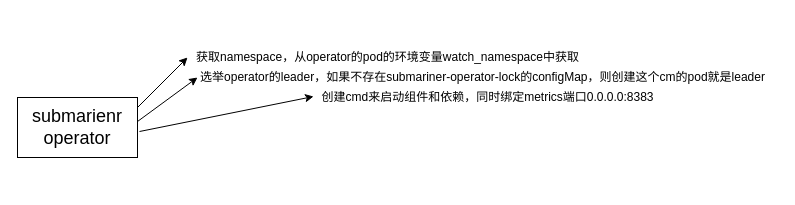
ssider/draw keeps this draw.io diagram as page "Page-1" (1 of 2) of submariner-operator.drawio. Above is the earlier version. Source tidied: cells renumbered, new cells numbered last; positions are measured from the earlier drawing's top-left corner, leaving out a move shared by most shapes. Both pictures are drawn from the tidied source at 100%, with x=0, y=0 at pixel (17, 47).
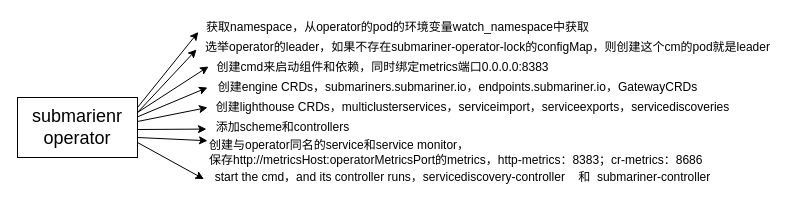
After the change.

The change refers to these unchanged cells:
```xml
<mxCell id="2" value="&lt;font style=&quot;font-size: 18px&quot;&gt;submarienr&lt;br&gt;operator&lt;/font&gt;" style="rounded=0;whiteSpace=wrap;html=1;" parent="1" vertex="1">
  <mxGeometry y="50" width="120" height="60" as="geometry" />
</mxCell>
```

Diff of the diagram source:
```diff
@@
-    <mxCell id="3" style="endArrow=classic;html=1;" parent="1" edge="1">
+    <mxCell id="3" style="endArrow=classic;html=1;entryX=0.002;entryY=0.725;entryDx=0;entryDy=0;entryPerimeter=0;" parent="1" edge="1" target="4">
       <mxGeometry relative="1" as="geometry">
         <mxPoint x="120" y="60" as="sourcePoint" />
-        <mxPoint x="170" y="10" as="targetPoint" />
       </mxGeometry>
     </mxCell>
     <mxCell id="4" value="获取namespace，从operator的pod的环境变量watch_namespace中获取" style="text;html=1;align=center;verticalAlign=middle;points=[];" parent="1" vertex="1">
-      <mxGeometry x="170" width="400" height="20" as="geometry" />
+      <mxGeometry x="180" y="-30" width="400" height="20" as="geometry" />
     </mxCell>
-    <mxCell id="5" style="endArrow=classic;html=1;" parent="1" edge="1">
-      <mxGeometry relative="1" as="geometry">
-        <mxPoint x="120" y="74" as="sourcePoint" />
-        <mxPoint x="180" y="30" as="targetPoint" />
-      </mxGeometry>
-    </mxCell>
     <mxCell id="6" value="选举operator的leader，如果不存在submariner-operator-lock的configMap，则创建这个cm的pod就是leader" style="text;html=1;align=center;verticalAlign=middle;" parent="1" vertex="1">
-      <mxGeometry x="175" y="20" width="580" height="20" as="geometry" />
+      <mxGeometry x="180" y="-10" width="580" height="20" as="geometry" />
     </mxCell>
-    <mxCell id="7" style="endArrow=classic;html=1;entryX=0.003;entryY=0.45;entryDx=0;entryDy=0;entryPerimeter=0;" parent="1" edge="1" target="8">
-      <mxGeometry relative="1" as="geometry">
-        <mxPoint x="122" y="84" as="sourcePoint" />
-      </mxGeometry>
+    <mxCell id="7" style="endArrow=classic;html=1;entryX=0.003;entryY=0.45;entryDx=0;entryDy=0;entryPerimeter=0;exitX=1;exitY=0.25;exitDx=0;exitDy=0;" parent="1" edge="1" source="2" target="8">
+      <mxGeometry relative="1" as="geometry" />
     </mxCell>
     <mxCell id="8" value="创建cmd来启动组件和依赖，同时绑定metrics端口0.0.0.0:8383" style="text;html=1;align=center;verticalAlign=middle;points=[];" parent="1" vertex="1">
-      <mxGeometry x="295" y="40" width="350" height="20" as="geometry" />
+      <mxGeometry x="190" y="10" width="350" height="20" as="geometry" />
     </mxCell>
+    <mxCell id="9" value="创建engine CRDs，submariners.submariner.io，endpoints.submariner.io，GatewayCRDs&lt;font color=&quot;rgba(0, 0, 0, 0)&quot; face=&quot;monospace&quot;&gt;&lt;span style=&quot;font-size: 0px&quot;&gt;engine CRDs&lt;/span&gt;&lt;/font&gt;" style="text;html=1;align=center;verticalAlign=middle;points=[];" parent="1" vertex="1">
+      <mxGeometry x="190" y="30" width="500" height="20" as="geometry" />
+    </mxCell>
+    <mxCell id="10" style="endArrow=classic;html=1;entryX=0;entryY=0.5;entryDx=0;entryDy=0;entryPerimeter=0;exitX=0.997;exitY=0.325;exitDx=0;exitDy=0;exitPerimeter=0;" parent="1" edge="1" source="2" target="9">
+      <mxGeometry relative="1" as="geometry" />
+    </mxCell>
+    <mxCell id="11" value="创建lighthouse CRDs，multiclusterservices，serviceimport，serviceexports，servicediscoveries&lt;font color=&quot;rgba(0, 0, 0, 0)&quot; face=&quot;monospace&quot;&gt;&lt;span style=&quot;font-size: 0px&quot;&gt;engine CRDs&lt;/span&gt;&lt;/font&gt;" style="text;html=1;align=center;verticalAlign=middle;points=[];" parent="1" vertex="1">
+      <mxGeometry x="190" y="50" width="530" height="20" as="geometry" />
+    </mxCell>
+    <mxCell id="12" style="endArrow=classic;html=1;exitX=1;exitY=0.4;exitDx=0;exitDy=0;exitPerimeter=0;entryX=0;entryY=0.5;entryDx=0;entryDy=0;entryPerimeter=0;" parent="1" edge="1" source="2" target="11">
+      <mxGeometry relative="1" as="geometry" />
+    </mxCell>
+    <mxCell id="13" value="创建与operator同名的service和service monitor，&lt;br&gt;保存http://metricsHost:operatorMetricsPort的metrics，http-metrics：8383；cr-metrics：8686" style="text;html=1;align=left;verticalAlign=middle;points=[];" parent="1" vertex="1">
+      <mxGeometry x="190" y="90" width="510" height="30" as="geometry" />
+    </mxCell>
+    <mxCell id="14" style="endArrow=classic;html=1;entryX=-0.007;entryY=0.579;entryDx=0;entryDy=0;entryPerimeter=0;" parent="1" edge="1" target="15">
+      <mxGeometry relative="1" as="geometry">
+        <mxPoint x="120" y="82" as="sourcePoint" />
+      </mxGeometry>
+    </mxCell>
+    <mxCell id="15" value="添加scheme和controllers" style="text;html=1;align=center;verticalAlign=middle;points=[];" parent="1" vertex="1">
+      <mxGeometry x="190" y="70" width="150" height="20" as="geometry" />
+    </mxCell>
+    <mxCell id="16" style="endArrow=classic;html=1;" parent="1" edge="1" target="13">
+      <mxGeometry relative="1" as="geometry">
+        <mxPoint x="120" y="90" as="sourcePoint" />
+      </mxGeometry>
+    </mxCell>
+    <mxCell id="17" style="endArrow=classic;html=1;exitX=1;exitY=0.25;exitDx=0;exitDy=0;" parent="1" edge="1" source="2">
+      <mxGeometry relative="1" as="geometry">
+        <mxPoint x="179" y="2" as="targetPoint" />
+      </mxGeometry>
+    </mxCell>
+    <mxCell id="18" style="endArrow=classic;html=1;entryX=-0.007;entryY=0.579;entryDx=0;entryDy=0;entryPerimeter=0;exitX=1;exitY=0.75;exitDx=0;exitDy=0;" parent="1" edge="1" source="2" target="19">
+      <mxGeometry relative="1" as="geometry" />
+    </mxCell>
+    <mxCell id="19" value="start the cmd，and its controller runs，servicediscovery-controller&amp;nbsp; &amp;nbsp; 和&amp;nbsp;&amp;nbsp;submariner-controller" style="text;html=1;align=center;verticalAlign=middle;points=[];" parent="1" vertex="1">
+      <mxGeometry x="190" y="120" width="510" height="20" as="geometry" />
+    </mxCell>
```
